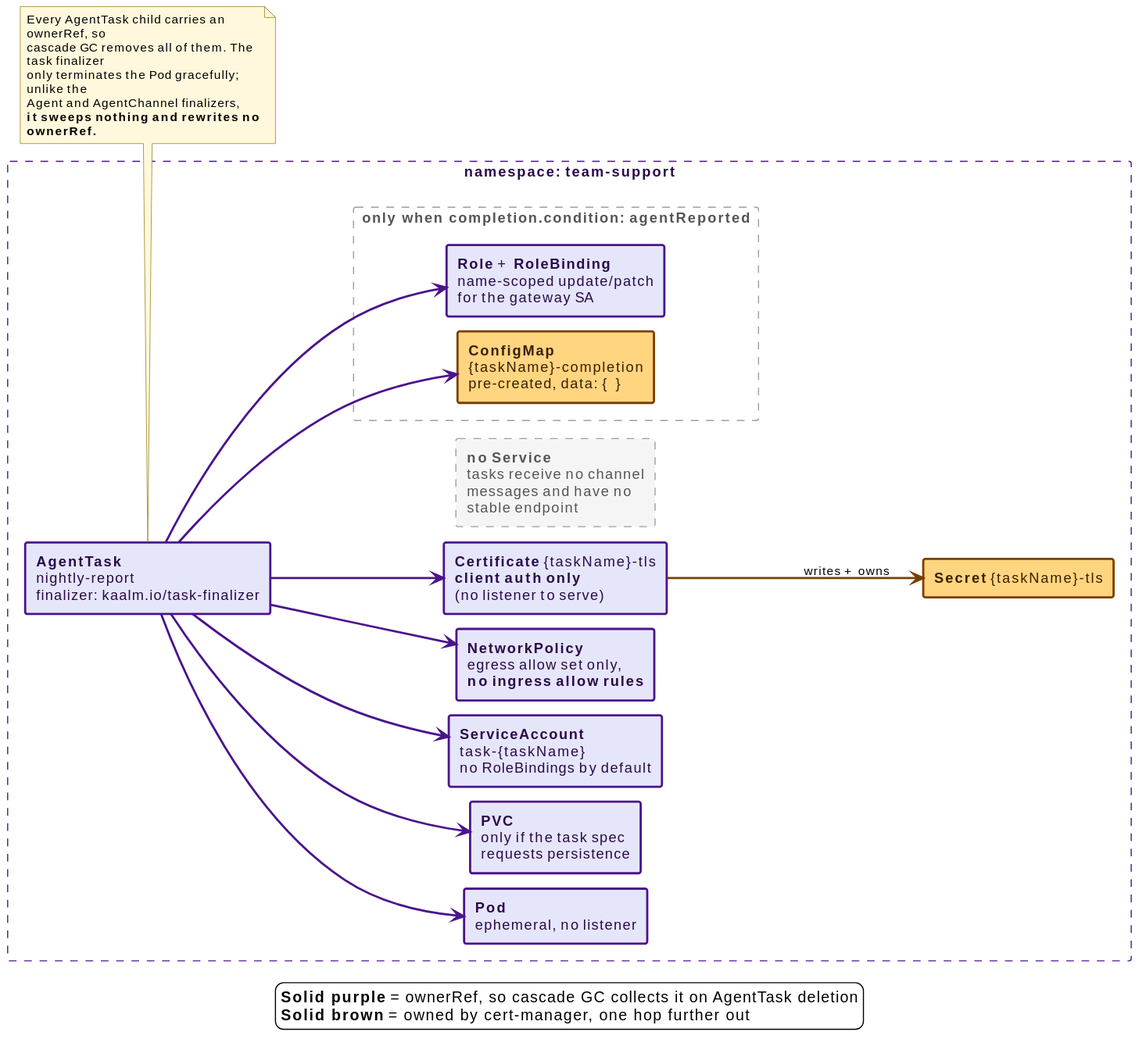
This is docs/src/diagrams/child-resource-ownership-task.svg from win07xp/kaalm, a PlantUML export, as it was before one commit. The source it was exported from:
```plantuml
@startuml
!include _style.puml
left to right direction

skinparam nodesep 14
skinparam ranksep 60
skinparam rectangle {
  roundCorner 4
}

rectangle "namespace: **team-support**" as ns #line:4A148C;line.dashed;text:2a0a4a {

  rectangle "**AgentTask**\nnightly-report\nfinalizer: kaalm.io/task-finalizer" as task #back:E6E6FA;line:4A148C;line.bold;text:2a0a4a

  rectangle "**Pod**\nephemeral, no listener" as pod #back:E6E6FA;line:4A148C;line.bold;text:2a0a4a
  rectangle "**PVC**\nonly if the task spec\nrequests persistence" as pvc #back:E6E6FA;line:4A148C;line.bold;text:2a0a4a
  rectangle "**ServiceAccount**\ntask-{taskName}\nno RoleBindings by default" as sa #back:E6E6FA;line:4A148C;line.bold;text:2a0a4a
  rectangle "**NetworkPolicy**\negress allow set only,\n**no ingress allow rules**" as np #back:E6E6FA;line:4A148C;line.bold;text:2a0a4a
  rectangle "**Certificate** {taskName}-tls\n**client auth only**\n(no listener to serve)" as cert #back:E6E6FA;line:4A148C;line.bold;text:2a0a4a

  rectangle "**Secret** {taskName}-tls" as secret #back:FFD580;line:7a3f00;line.bold;text:3a1f00

  rectangle "only when completion.condition: **agentReported**" as reported #line:9E9E9E;line.dashed;text:555555 {
    rectangle "**ConfigMap**\n{taskName}-completion\npre-created, data: {}" as cm #back:FFD580;line:7a3f00;line.bold;text:3a1f00
    rectangle "**Role** + **RoleBinding**\nname-scoped update/patch\nfor the gateway SA" as rbac #back:E6E6FA;line:4A148C;line.bold;text:2a0a4a
  }

  rectangle "**no Service**\ntasks receive no channel\nmessages and have no\nstable endpoint" as nosvc #back:F5F5F5;line:9E9E9E;line.dashed;text:555555
}

task -[#4A148C,bold]-> pod
task -[#4A148C,bold]-> pvc
task -[#4A148C,bold]-> sa
task -[#4A148C,bold]-> np
task -[#4A148C,bold]-> cert
task -[#4A148C,bold]-> cm
task -[#4A148C,bold]-> rbac

cert -[#7a3f00,bold]-> secret : writes + owns

task -[hidden]-> nosvc

note bottom of task
  Every AgentTask child carries an ownerRef, so
  cascade GC removes all of them. The task finalizer
  only terminates the Pod gracefully; unlike the
  Agent and AgentChannel finalizers,
  **it sweeps nothing and rewrites no ownerRef.**
end note

legend bottom
  **Solid purple** = ownerRef, so cascade GC collects it on AgentTask deletion
  **Solid brown** = owned by cert-manager, one hop further out
endlegend
@enduml
```
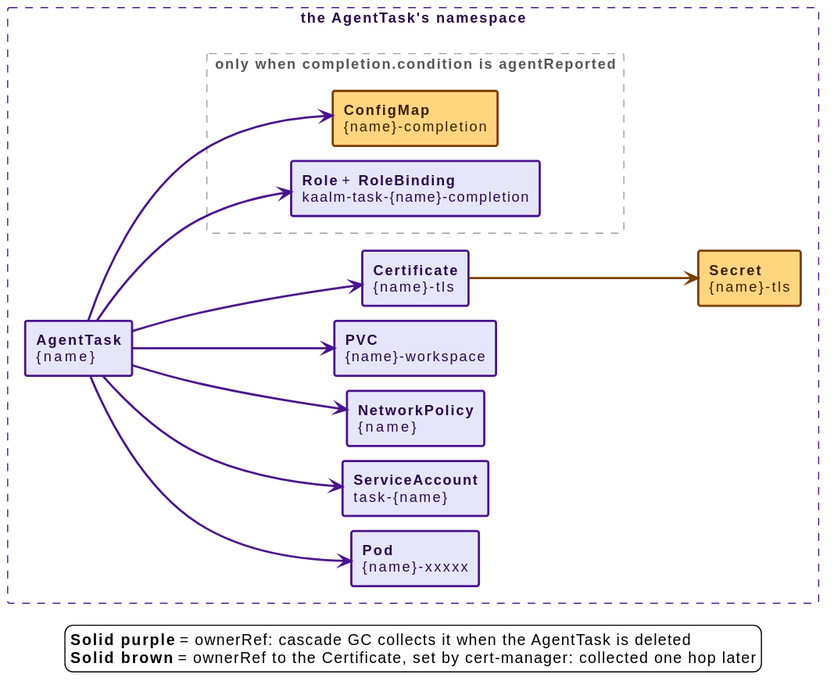
Above is the later version.

Diff of the diagram source:
```diff
@@ -8,48 +8,31 @@
   roundCorner 4
 }
 
-rectangle "namespace: **team-support**" as ns #line:4A148C;line.dashed;text:2a0a4a {
-
-  rectangle "**AgentTask**\nnightly-report\nfinalizer: kaalm.io/task-finalizer" as task #back:E6E6FA;line:4A148C;line.bold;text:2a0a4a
-
-  rectangle "**Pod**\nephemeral, no listener" as pod #back:E6E6FA;line:4A148C;line.bold;text:2a0a4a
-  rectangle "**PVC**\nonly if the task spec\nrequests persistence" as pvc #back:E6E6FA;line:4A148C;line.bold;text:2a0a4a
-  rectangle "**ServiceAccount**\ntask-{taskName}\nno RoleBindings by default" as sa #back:E6E6FA;line:4A148C;line.bold;text:2a0a4a
-  rectangle "**NetworkPolicy**\negress allow set only,\n**no ingress allow rules**" as np #back:E6E6FA;line:4A148C;line.bold;text:2a0a4a
-  rectangle "**Certificate** {taskName}-tls\n**client auth only**\n(no listener to serve)" as cert #back:E6E6FA;line:4A148C;line.bold;text:2a0a4a
-
-  rectangle "**Secret** {taskName}-tls" as secret #back:FFD580;line:7a3f00;line.bold;text:3a1f00
-
-  rectangle "only when completion.condition: **agentReported**" as reported #line:9E9E9E;line.dashed;text:555555 {
-    rectangle "**ConfigMap**\n{taskName}-completion\npre-created, data: {}" as cm #back:FFD580;line:7a3f00;line.bold;text:3a1f00
-    rectangle "**Role** + **RoleBinding**\nname-scoped update/patch\nfor the gateway SA" as rbac #back:E6E6FA;line:4A148C;line.bold;text:2a0a4a
+rectangle "the AgentTask's namespace" as ns #line:4A148C;line.dashed;text:2a0a4a {
+  rectangle "**AgentTask**\n{name}" as task #back:E6E6FA;line:4A148C;line.bold;text:2a0a4a
+  rectangle "**Pod**\n{name}-xxxxx" as pod #back:E6E6FA;line:4A148C;line.bold;text:2a0a4a
+  rectangle "**ServiceAccount**\ntask-{name}" as sa #back:E6E6FA;line:4A148C;line.bold;text:2a0a4a
+  rectangle "**NetworkPolicy**\n{name}" as np #back:E6E6FA;line:4A148C;line.bold;text:2a0a4a
+  rectangle "**PVC**\n{name}-workspace" as pvc #back:E6E6FA;line:4A148C;line.bold;text:2a0a4a
+  rectangle "**Certificate**\n{name}-tls" as cert #back:E6E6FA;line:4A148C;line.bold;text:2a0a4a
+  rectangle "**Secret**\n{name}-tls" as secret #back:FFD580;line:7a3f00;line.bold;text:3a1f00
+  rectangle "only when completion.condition is agentReported" as reported #line:9E9E9E;line.dashed;text:555555 {
+    rectangle "**ConfigMap**\n{name}-completion" as cm #back:FFD580;line:7a3f00;line.bold;text:3a1f00
+    rectangle "**Role** + **RoleBinding**\nkaalm-task-{name}-completion" as rbac #back:E6E6FA;line:4A148C;line.bold;text:2a0a4a
   }
-
-  rectangle "**no Service**\ntasks receive no channel\nmessages and have no\nstable endpoint" as nosvc #back:F5F5F5;line:9E9E9E;line.dashed;text:555555
 }
 
 task -[#4A148C,bold]-> pod
-task -[#4A148C,bold]-> pvc
 task -[#4A148C,bold]-> sa
 task -[#4A148C,bold]-> np
+task -[#4A148C,bold]-> pvc
 task -[#4A148C,bold]-> cert
 task -[#4A148C,bold]-> cm
 task -[#4A148C,bold]-> rbac
-
-cert -[#7a3f00,bold]-> secret : writes + owns
-
-task -[hidden]-> nosvc
-
-note bottom of task
-  Every AgentTask child carries an ownerRef, so
-  cascade GC removes all of them. The task finalizer
-  only terminates the Pod gracefully; unlike the
-  Agent and AgentChannel finalizers,
-  **it sweeps nothing and rewrites no ownerRef.**
-end note
+cert -[#7a3f00,bold]-> secret
 
 legend bottom
-  **Solid purple** = ownerRef, so cascade GC collects it on AgentTask deletion
-  **Solid brown** = owned by cert-manager, one hop further out
+  **Solid purple** = ownerRef: cascade GC collects it when the AgentTask is deleted
+  **Solid brown** = ownerRef to the Certificate, set by cert-manager: collected one hop later
 endlegend
 @enduml
```
